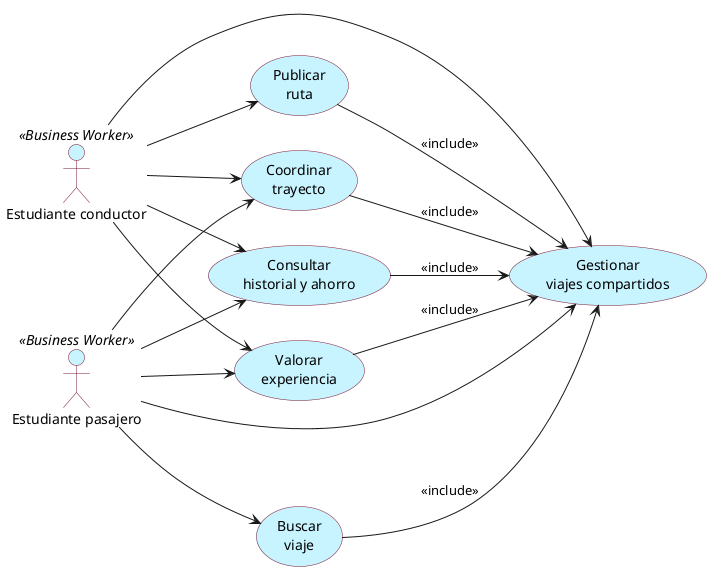
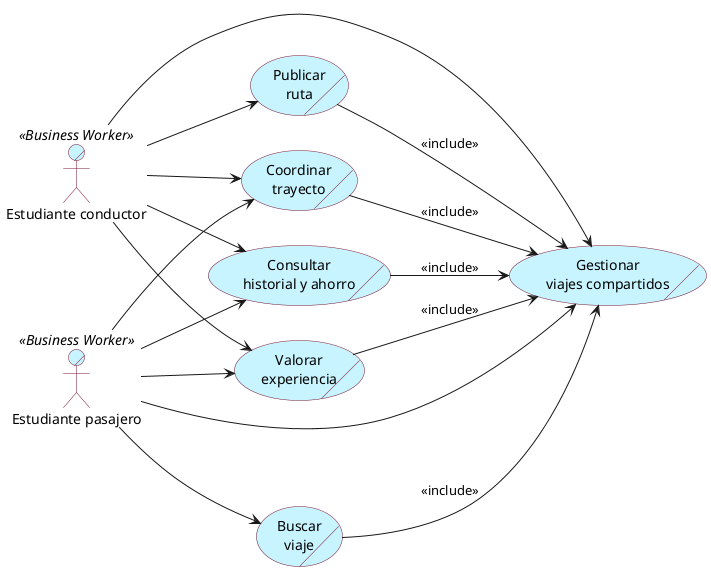
@startuml "Business Case: RutaFlex"
left to right direction

- actor "Estudiante conductor" <<Business Worker>> as Driver
- actor "Estudiante pasajero" <<Business Worker>> as Passenger
+ actor/ "Estudiante conductor" <<Business Worker>> as Driver
+ actor/ "Estudiante pasajero" <<Business Worker>> as Passenger

- usecase "Gestionar\nviajes compartidos" as BUC1
- usecase "Publicar\nruta" as BUC2
- usecase "Buscar\nviaje" as BUC3
- usecase "Coordinar\ntrayecto" as BUC4
- usecase "Valorar\nexperiencia" as BUC5
- usecase "Consultar\nhistorial y ahorro" as BUC7
+ usecase/ "Gestionar\nviajes compartidos" as BUC1
+ usecase/ "Publicar\nruta" as BUC2
+ usecase/ "Buscar\nviaje" as BUC3
+ usecase/ "Coordinar\ntrayecto" as BUC4
+ usecase/ "Valorar\nexperiencia" as BUC5
+ usecase/ "Consultar\nhistorial y ahorro" as BUC7

Driver --> BUC1
Passenger --> BUC1

Driver --> BUC2
Passenger --> BUC3
Driver --> BUC4
Passenger --> BUC4

Driver --> BUC5
Passenger --> BUC5


Passenger --> BUC7
Driver --> BUC7

BUC2 --> BUC1 : <<include>>
BUC3 --> BUC1 : <<include>>
BUC4 --> BUC1 : <<include>>
BUC5 --> BUC1 : <<include>>
BUC7 --> BUC1 : <<include>>

skinparam usecase {
  BackgroundColor #C7F4FF
  BorderColor #7A1631
}
skinparam actor {
  BackgroundColor #C7F4FF
  BorderColor #7A1631
}
skinparam Arrow {
  Color #7A1631
}

@enduml